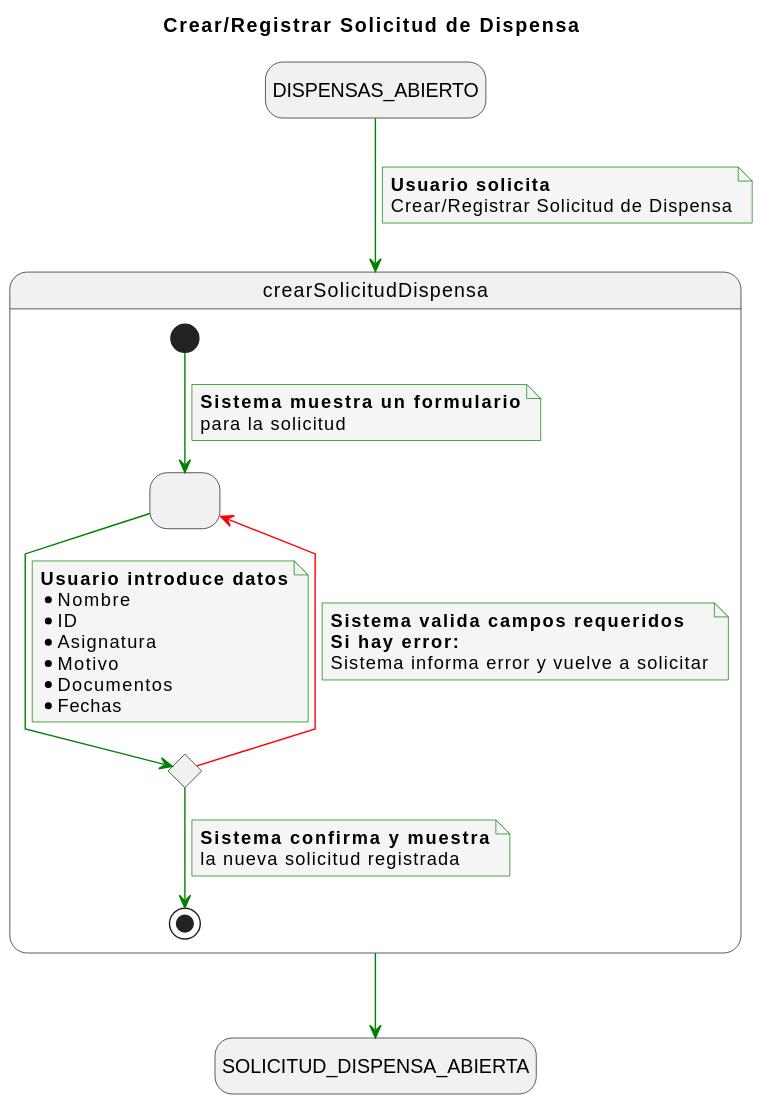
enmabry/25-26-IdSw1-SdR keeps this PlantUML diagram as documents/CasosDeUso/DetalladoCasosDeUso/Secretaria/crearSolicitudDispensa.svg. Above is the earlier version. Source of this version:
```plantuml
@startuml
title Crear/Registrar Solicitud de Dispensa


skinparam {
    NoteBackgroundColor #whiteSmoke
    ArrowColor #green
    NoteBorderColor #green
    linetype polyline
}

hide empty description

state startState as "DISPENSAS_ABIERTO"
state endState as "SOLICITUD_DISPENSA_ABIERTA"

startState --> crearSolicitudDispensa
note on link
    <b>Usuario solicita</b>
    Crear/Registrar Solicitud de Dispensa
end note

state crearSolicitudDispensa {
    state SolicitudDatos as " "
    state ValidarDatos <<choice>>

    [*] --> SolicitudDatos
    note on link
        <b>Sistema muestra un formulario</b>
        para la solicitud
    end note

    SolicitudDatos --> ValidarDatos
    note on link
        <b>Usuario introduce datos</b>
        * Nombre
        * ID
        * Asignatura
        * Motivo
        * Documentos
        * Fechas
    end note

    ValidarDatos -[#red]-> SolicitudDatos
    note on link
        <b>Sistema valida campos requeridos</b>
        <b>Si hay error:</b>
        Sistema informa error y vuelve a solicitar
    end note

    ValidarDatos --> [*]
    note on link
        <b>Sistema confirma y muestra</b>
        la nueva solicitud registrada
    end note
}

crearSolicitudDispensa --> endState
@enduml
```
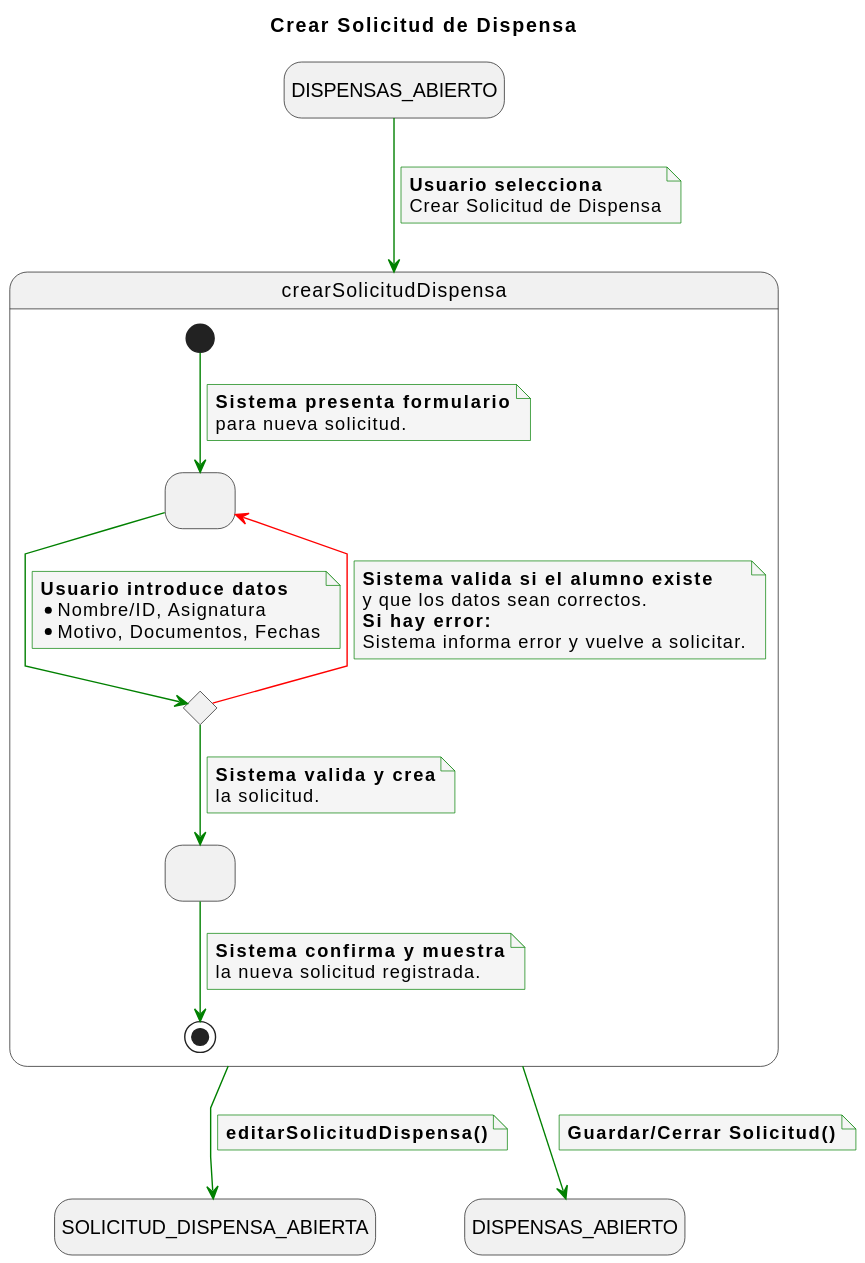
The same file after the commit.

The edit, as a diff of the source:
```diff
@@ -1,6 +1,5 @@
 @startuml
-title Crear/Registrar Solicitud de Dispensa
-
+title Crear Solicitud de Dispensa
 
 skinparam {
     NoteBackgroundColor #whiteSmoke
@@ -12,12 +11,13 @@
 hide empty description
 
 state startState as "DISPENSAS_ABIERTO"
-state endState as "SOLICITUD_DISPENSA_ABIERTA"
+state endState1 as "SOLICITUD_DISPENSA_ABIERTA"
+state endState2 as "DISPENSAS_ABIERTO"
 
 startState --> crearSolicitudDispensa
 note on link
-    <b>Usuario solicita</b>
-    Crear/Registrar Solicitud de Dispensa
+    <b>Usuario selecciona</b>
+    Crear Solicitud de Dispensa
 end note
 
 state crearSolicitudDispensa {
@@ -26,34 +26,48 @@
 
     [*] --> SolicitudDatos
     note on link
-        <b>Sistema muestra un formulario</b>
-        para la solicitud
+        <b>Sistema presenta formulario</b>
+        para nueva solicitud.
     end note
 
     SolicitudDatos --> ValidarDatos
     note on link
         <b>Usuario introduce datos</b>
-        * Nombre
-        * ID
-        * Asignatura
-        * Motivo
-        * Documentos
-        * Fechas
+        * Nombre/ID, Asignatura
+        * Motivo, Documentos, Fechas
     end note
 
     ValidarDatos -[#red]-> SolicitudDatos
     note on link
-        <b>Sistema valida campos requeridos</b>
+        <b>Sistema valida si el alumno existe</b>
+        y que los datos sean correctos.
         <b>Si hay error:</b>
-        Sistema informa error y vuelve a solicitar
+        Sistema informa error y vuelve a solicitar.
     end note
 
-    ValidarDatos --> [*]
+    ValidarDatos --> CreacionExitosa
+
+    state CreacionExitosa as " "
+    note on link
+        <b>Sistema valida y crea</b>
+        la solicitud.
+    end note
+
+    CreacionExitosa --> [*]
     note on link
         <b>Sistema confirma y muestra</b>
-        la nueva solicitud registrada
+        la nueva solicitud registrada.
     end note
 }
 
-crearSolicitudDispensa --> endState
+
+crearSolicitudDispensa --> endState1
+note on link
+    <b>editarSolicitudDispensa()</b>
+end note
+
+crearSolicitudDispensa --> endState2
+note on link
+    <b>Guardar/Cerrar Solicitud()</b>
+end note
 @enduml
```
